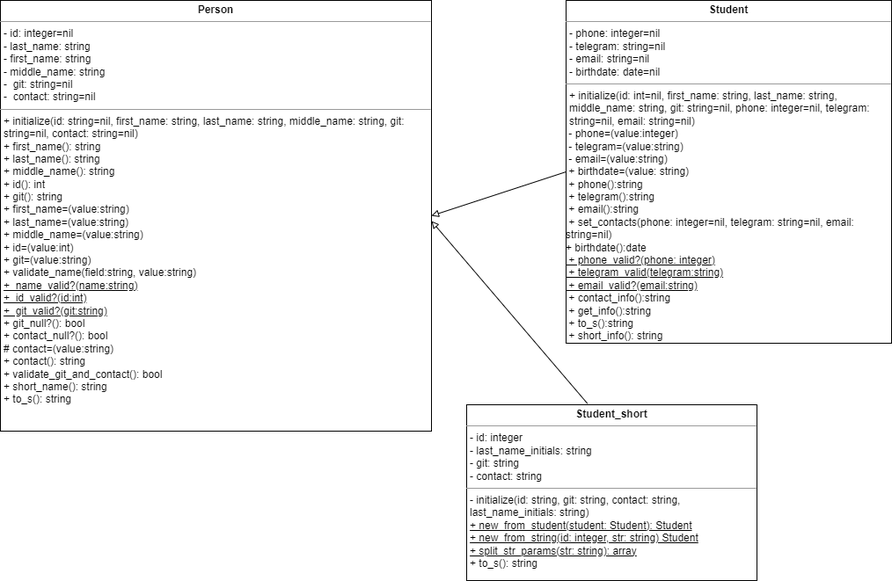
This is Student/diagram_classes.png from sdnezz/Programming-patterns, a draw.io export, as it was before one commit. Source tidied: cells renumbered, new cells last; positions are measured from the earlier drawing's top-left corner, leaving out a move shared by most shapes.
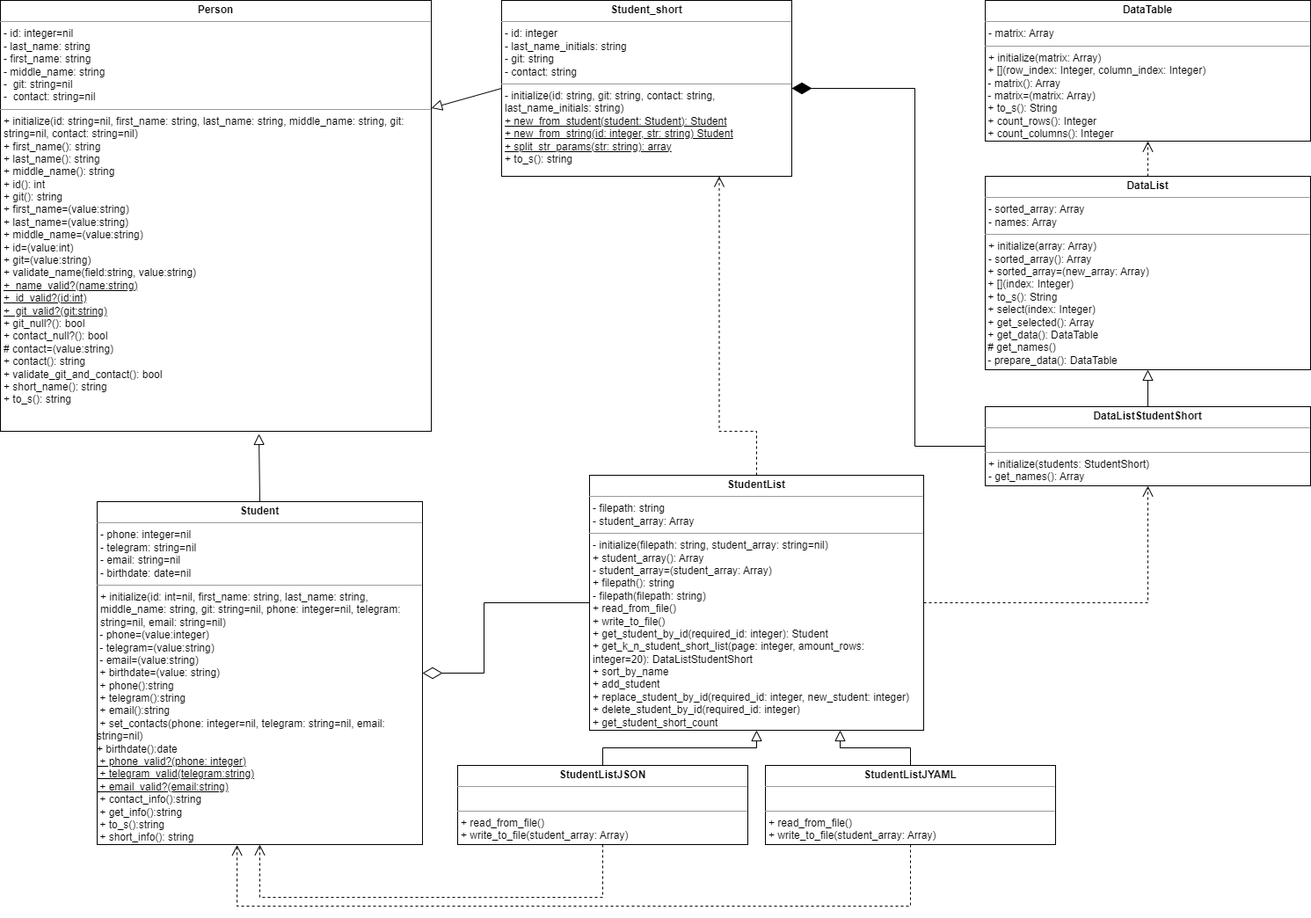
After the commit.

Commit message:
LR4 (2.4) - Moified class'es diagram

Diff of the diagram source:
```diff
@@ -6,18 +6,93 @@
       <mxGeometry width="490" height="490" as="geometry" />
     </mxCell>
     <mxCell id="3" value="&lt;p style=&quot;margin:0px;margin-top:4px;text-align:center;&quot;&gt;&lt;b&gt;Student&lt;/b&gt;&lt;/p&gt;&lt;hr size=&quot;1&quot;&gt;&lt;p style=&quot;margin:0px;margin-left:4px;&quot;&gt;- phone: integer=nil&lt;/p&gt;&lt;p style=&quot;margin:0px;margin-left:4px;&quot;&gt;- telegram: string=nil&lt;/p&gt;&lt;p style=&quot;margin:0px;margin-left:4px;&quot;&gt;- email: string=nil&lt;/p&gt;&lt;p style=&quot;margin:0px;margin-left:4px;&quot;&gt;- birthdate: date=nil&lt;/p&gt;&lt;hr size=&quot;1&quot;&gt;&lt;p style=&quot;margin:0px;margin-left:4px;&quot;&gt;+ initialize(id: int=nil, first_name: string, last_name: string, middle_name: string, git: string=nil, phone: integer=nil, telegram: string=nil, email: string=nil)&lt;/p&gt;&lt;span style=&quot;background-color: initial;&quot;&gt;&amp;nbsp;- phone=(value:integer)&lt;/span&gt;&lt;br&gt;&lt;span style=&quot;background-color: initial;&quot;&gt;&amp;nbsp;- telegram=(value:string)&lt;/span&gt;&lt;br&gt;&lt;span style=&quot;background-color: initial;&quot;&gt;&amp;nbsp;- email=(value:string)&lt;br&gt;&amp;nbsp;+ birthdate=(value: string)&lt;br&gt;&lt;/span&gt;&amp;nbsp;+ phone():string&lt;br style=&quot;border-color: var(--border-color);&quot;&gt;&lt;span style=&quot;border-color: var(--border-color); background-color: initial;&quot;&gt;&amp;nbsp;+ telegram():string&lt;/span&gt;&lt;br style=&quot;border-color: var(--border-color);&quot;&gt;&lt;span style=&quot;border-color: var(--border-color); background-color: initial;&quot;&gt;&amp;nbsp;+ email():string&lt;/span&gt;&lt;br&gt;&lt;span style=&quot;background-color: initial;&quot;&gt;&amp;nbsp;+ set_contacts(phone: integer=nil, telegram: string=nil, email: string=nil)&lt;br&gt;&lt;/span&gt;+ birthdate():date&lt;br&gt;&lt;u&gt;&lt;span style=&quot;background-color: initial;&quot;&gt;&amp;nbsp;+ phone_valid?(phone: integer)&lt;/span&gt;&lt;br&gt;&lt;span style=&quot;background-color: initial;&quot;&gt;&amp;nbsp;+ telegram_valid(telegram:string)&lt;/span&gt;&lt;br&gt;&lt;span style=&quot;background-color: initial;&quot;&gt;&amp;nbsp;+ email_valid?(email:string)&lt;/span&gt;&lt;/u&gt;&lt;br&gt;&lt;span style=&quot;background-color: initial;&quot;&gt;&amp;nbsp;+ contact_info():string&lt;/span&gt;&lt;br&gt;&lt;span style=&quot;background-color: initial;&quot;&gt;&amp;nbsp;+ get_info():string&lt;/span&gt;&lt;br&gt;&lt;span style=&quot;background-color: initial;&quot;&gt;&amp;nbsp;+ to_s():string&lt;/span&gt;&lt;br&gt;&lt;span style=&quot;background-color: initial;&quot;&gt;&amp;nbsp;+ short_info(): string&lt;/span&gt;" style="verticalAlign=top;align=left;overflow=fill;fontSize=12;fontFamily=Helvetica;html=1;whiteSpace=wrap;" parent="1" vertex="1">
-      <mxGeometry x="643" width="370" height="390" as="geometry" />
+      <mxGeometry x="110" y="570" width="370" height="390" as="geometry" />
     </mxCell>
     <mxCell id="4" value="&lt;p style=&quot;margin:0px;margin-top:4px;text-align:center;&quot;&gt;&lt;b&gt;Student_short&lt;/b&gt;&lt;/p&gt;&lt;hr size=&quot;1&quot;&gt;&lt;p style=&quot;margin:0px;margin-left:4px;&quot;&gt;- id: integer&lt;/p&gt;&lt;p style=&quot;margin:0px;margin-left:4px;&quot;&gt;- last_name_initials: string&lt;/p&gt;&lt;p style=&quot;margin:0px;margin-left:4px;&quot;&gt;- git: string&lt;/p&gt;&lt;p style=&quot;margin:0px;margin-left:4px;&quot;&gt;- contact: string&lt;/p&gt;&lt;hr size=&quot;1&quot;&gt;&lt;p style=&quot;margin:0px;margin-left:4px;&quot;&gt;- initialize(id: string, git: string, contact: string, last_name_initials: string)&lt;/p&gt;&lt;p style=&quot;margin:0px;margin-left:4px;&quot;&gt;&lt;u&gt;+ new_from_student(student: Student): Student&lt;/u&gt;&lt;/p&gt;&lt;p style=&quot;margin:0px;margin-left:4px;&quot;&gt;&lt;u&gt;+ new_from_string(id: integer, str: string) Student&lt;/u&gt;&lt;/p&gt;&lt;p style=&quot;margin:0px;margin-left:4px;&quot;&gt;&lt;u&gt;+ split_str_params(str: string): array&lt;/u&gt;&lt;/p&gt;&lt;p style=&quot;margin:0px;margin-left:4px;&quot;&gt;+ to_s(): string&lt;/p&gt;" style="verticalAlign=top;align=left;overflow=fill;fontSize=12;fontFamily=Helvetica;html=1;whiteSpace=wrap;" parent="1" vertex="1">
-      <mxGeometry x="530" y="460" width="330" height="200" as="geometry" />
+      <mxGeometry x="570" width="330" height="200" as="geometry" />
     </mxCell>
-    <mxCell id="5" style="endArrow=none;html=1;rounded=0;entryX=0;entryY=0.5;entryDx=0;entryDy=0;exitX=1;exitY=0.5;exitDx=0;exitDy=0;endFill=0;startArrow=block;startFill=0;" parent="1" edge="1" source="2" target="3">
+    <mxCell id="5" style="endArrow=none;html=1;rounded=0;entryX=0.5;entryY=0;entryDx=0;entryDy=0;exitX=0.6;exitY=1.006;exitDx=0;exitDy=0;endFill=0;startArrow=block;startFill=0;startSize=10;exitPerimeter=0;" parent="1" edge="1" source="2" target="3">
       <mxGeometry relative="1" as="geometry" />
     </mxCell>
-    <mxCell id="6" style="endArrow=none;html=1;rounded=0;entryX=0.416;entryY=-0.007;entryDx=0;entryDy=0;exitX=1;exitY=0.5;exitDx=0;exitDy=0;startArrow=block;startFill=0;endFill=0;strokeColor=#080808;entryPerimeter=0;" parent="1" edge="1" target="4">
-      <mxGeometry relative="1" as="geometry">
-        <mxPoint x="490" y="251" as="sourcePoint" />
-      </mxGeometry>
+    <mxCell id="6" style="endArrow=none;html=1;rounded=0;entryX=0;entryY=0.5;entryDx=0;entryDy=0;exitX=1;exitY=0.25;exitDx=0;exitDy=0;startArrow=block;startFill=0;endFill=0;strokeColor=#080808;endSize=10;targetPerimeterSpacing=9;sourcePerimeterSpacing=2;startSize=10;" parent="1" edge="1" source="2" target="4">
+      <mxGeometry relative="1" as="geometry" />
     </mxCell>
+    <mxCell id="7" value="&lt;p style=&quot;margin:0px;margin-top:4px;text-align:center;&quot;&gt;&lt;b&gt;DataTable&lt;/b&gt;&lt;/p&gt;&lt;hr size=&quot;1&quot;&gt;&lt;p style=&quot;margin:0px;margin-left:4px;&quot;&gt;- matrix: Array&lt;/p&gt;&lt;hr size=&quot;1&quot;&gt;&lt;p style=&quot;margin:0px;margin-left:4px;&quot;&gt;+ initialize(matrix: Array)&lt;/p&gt;&lt;span style=&quot;background-color: initial;&quot;&gt;&amp;nbsp;+ [](row_index: Integer, column_index: Integer)&lt;br&gt;&lt;/span&gt;&amp;nbsp;- matrix(): Array&lt;br&gt;&amp;nbsp;- matrix=(matrix: Array)&lt;br&gt;&lt;span style=&quot;background-color: initial;&quot;&gt;&amp;nbsp;+ to_s(): String&lt;/span&gt;&lt;br&gt;&lt;span style=&quot;background-color: initial;&quot;&gt;&amp;nbsp;+ count_rows(): Integer&lt;br&gt;&amp;nbsp;+ count_columns(): Integer&lt;br&gt;&amp;nbsp;&lt;br&gt;&lt;/span&gt;" style="verticalAlign=top;align=left;overflow=fill;fontSize=12;fontFamily=Helvetica;html=1;whiteSpace=wrap;" parent="1" vertex="1">
+      <mxGeometry x="1120" width="370" height="160" as="geometry" />
+    </mxCell>
+    <mxCell id="8" style="edgeStyle=orthogonalEdgeStyle;rounded=0;jettySize=auto;html=1;dashed=1;endArrow=open;endFill=0;endSize=10;" parent="1" edge="1" source="9" target="7">
+      <mxGeometry relative="1" as="geometry" />
+    </mxCell>
+    <mxCell id="9" value="&lt;p style=&quot;margin:0px;margin-top:4px;text-align:center;&quot;&gt;&lt;b&gt;DataList&lt;/b&gt;&lt;/p&gt;&lt;hr size=&quot;1&quot;&gt;&lt;p style=&quot;margin:0px;margin-left:4px;&quot;&gt;- sorted_array: Array&lt;/p&gt;&lt;p style=&quot;margin:0px;margin-left:4px;&quot;&gt;- names: Array&lt;/p&gt;&lt;hr size=&quot;1&quot;&gt;&lt;p style=&quot;margin:0px;margin-left:4px;&quot;&gt;+ initialize(array: Array)&lt;/p&gt;&lt;p style=&quot;margin:0px;margin-left:4px;&quot;&gt;- sorted_array(): Array&lt;/p&gt;&lt;span style=&quot;background-color: initial;&quot;&gt;&amp;nbsp;+ sorted_array=(new_array: Array)&lt;/span&gt;&lt;span style=&quot;background-color: initial;&quot;&gt;&lt;br&gt;&amp;nbsp;+ [](index: Integer)&lt;br&gt;&amp;nbsp;+ to_s(): String&lt;br&gt;&amp;nbsp;+ select(index: Integer)&lt;br&gt;&amp;nbsp;+ get_selected(): Array&lt;br&gt;&amp;nbsp;+ get_data(): DataTable&lt;br&gt;&amp;nbsp;# get_names()&lt;br&gt;&amp;nbsp;- prepare_data(): DataTable&lt;br&gt;&lt;br&gt;&lt;/span&gt;" style="verticalAlign=top;align=left;overflow=fill;fontSize=12;fontFamily=Helvetica;html=1;whiteSpace=wrap;" parent="1" vertex="1">
+      <mxGeometry x="1120" y="200" width="370" height="220" as="geometry" />
+    </mxCell>
+    <mxCell id="10" style="edgeStyle=orthogonalEdgeStyle;rounded=0;jettySize=auto;html=1;endArrow=block;endFill=0;endSize=10;" parent="1" edge="1" source="11" target="9">
+      <mxGeometry relative="1" as="geometry" />
+    </mxCell>
+    <mxCell id="11" value="&lt;p style=&quot;margin:0px;margin-top:4px;text-align:center;&quot;&gt;&lt;b&gt;DataListStudentShort&lt;/b&gt;&lt;/p&gt;&lt;hr size=&quot;1&quot;&gt;&lt;p style=&quot;margin:0px;margin-left:4px;&quot;&gt;&lt;br&gt;&lt;/p&gt;&lt;hr size=&quot;1&quot;&gt;&lt;p style=&quot;margin:0px;margin-left:4px;&quot;&gt;+ initialize(students: StudentShort)&lt;/p&gt;&lt;p style=&quot;margin:0px;margin-left:4px;&quot;&gt;- get_names(): Array&lt;/p&gt;&lt;span style=&quot;background-color: initial;&quot;&gt;&lt;br&gt;&lt;br&gt;&lt;/span&gt;" style="verticalAlign=top;align=left;overflow=fill;fontSize=12;fontFamily=Helvetica;html=1;whiteSpace=wrap;" parent="1" vertex="1">
+      <mxGeometry x="1120" y="462" width="370" height="90" as="geometry" />
+    </mxCell>
+    <mxCell id="12" style="edgeStyle=orthogonalEdgeStyle;rounded=0;jettySize=auto;html=1;endArrow=diamondThin;endFill=1;endSize=20;exitX=0;exitY=0.5;exitDx=0;exitDy=0;entryX=1;entryY=0.5;entryDx=0;entryDy=0;" parent="1" edge="1" source="11" target="4">
+      <mxGeometry relative="1" as="geometry">
+        <Array as="points">
+          <mxPoint x="1040" y="507" />
+          <mxPoint x="1040" y="100" />
+        </Array>
+      </mxGeometry>
+    </mxCell>
+    <mxCell id="13" value="&lt;p style=&quot;margin:0px;margin-top:4px;text-align:center;&quot;&gt;&lt;b&gt;StudentListJYAML&lt;/b&gt;&lt;/p&gt;&lt;hr size=&quot;1&quot;&gt;&lt;p style=&quot;margin:0px;margin-left:4px;&quot;&gt;&lt;br&gt;&lt;/p&gt;&lt;hr size=&quot;1&quot;&gt;&lt;p style=&quot;border-color: var(--border-color); margin: 0px 0px 0px 4px;&quot;&gt;+ read_from_file()&lt;/p&gt;&lt;p style=&quot;border-color: var(--border-color); margin: 0px 0px 0px 4px;&quot;&gt;+ write_to_file(student_array: Array)&lt;/p&gt;" style="verticalAlign=top;align=left;overflow=fill;fontSize=12;fontFamily=Helvetica;html=1;whiteSpace=wrap;" parent="1" vertex="1">
+      <mxGeometry x="870" y="870" width="330" height="90" as="geometry" />
+    </mxCell>
+    <mxCell id="14" value="&lt;p style=&quot;margin:0px;margin-top:4px;text-align:center;&quot;&gt;&lt;b&gt;StudentListJSON&lt;/b&gt;&lt;/p&gt;&lt;hr size=&quot;1&quot;&gt;&lt;p style=&quot;margin:0px;margin-left:4px;&quot;&gt;&lt;br&gt;&lt;/p&gt;&lt;hr size=&quot;1&quot;&gt;&lt;p style=&quot;margin:0px;margin-left:4px;&quot;&gt;+ read_from_file()&lt;/p&gt;&lt;p style=&quot;margin:0px;margin-left:4px;&quot;&gt;+ write_to_file(student_array: Array)&lt;/p&gt;" style="verticalAlign=top;align=left;overflow=fill;fontSize=12;fontFamily=Helvetica;html=1;whiteSpace=wrap;" parent="1" vertex="1">
+      <mxGeometry x="520" y="870" width="330" height="90" as="geometry" />
+    </mxCell>
+    <mxCell id="15" value="&lt;p style=&quot;margin:0px;margin-top:4px;text-align:center;&quot;&gt;&lt;b&gt;StudentList&lt;/b&gt;&lt;/p&gt;&lt;hr size=&quot;1&quot;&gt;&lt;p style=&quot;margin:0px;margin-left:4px;&quot;&gt;- filepath: string&lt;/p&gt;&lt;p style=&quot;margin:0px;margin-left:4px;&quot;&gt;- student_array: Array&lt;/p&gt;&lt;hr size=&quot;1&quot;&gt;&lt;p style=&quot;margin:0px;margin-left:4px;&quot;&gt;- initialize(filepath: string, student_array: string=nil)&lt;/p&gt;&lt;p style=&quot;margin:0px;margin-left:4px;&quot;&gt;+ student_array(): Array&lt;/p&gt;&lt;p style=&quot;margin:0px;margin-left:4px;&quot;&gt;- student_array=(student_array: Array)&lt;br&gt;+ filepath(): string&lt;/p&gt;&lt;p style=&quot;margin:0px;margin-left:4px;&quot;&gt;- filepath(filepath: string)&lt;/p&gt;&lt;p style=&quot;margin:0px;margin-left:4px;&quot;&gt;+&amp;nbsp;read_from_file()&lt;/p&gt;&lt;p style=&quot;margin:0px;margin-left:4px;&quot;&gt;+&amp;nbsp;write_to_file()&lt;/p&gt;&lt;p style=&quot;margin:0px;margin-left:4px;&quot;&gt;+ get_student_by_id(required_id: integer): Student&lt;/p&gt;&lt;p style=&quot;margin:0px;margin-left:4px;&quot;&gt;+&amp;nbsp;get_k_n_student_short_list(page: integer, amount_rows: integer=20):&amp;nbsp;DataListStudentShort&lt;/p&gt;&lt;p style=&quot;margin:0px;margin-left:4px;&quot;&gt;+&amp;nbsp;sort_by_name&lt;/p&gt;&lt;p style=&quot;margin:0px;margin-left:4px;&quot;&gt;+&amp;nbsp;add_student&lt;/p&gt;&lt;p style=&quot;margin:0px;margin-left:4px;&quot;&gt;+ replace_student_by_id(required_id: integer, new_student: integer)&lt;br&gt;&lt;/p&gt;&lt;p style=&quot;margin:0px;margin-left:4px;&quot;&gt;+&amp;nbsp;delete_student_by_id(required_id: integer)&lt;/p&gt;&lt;p style=&quot;margin:0px;margin-left:4px;&quot;&gt;+ get_student_short_count&lt;/p&gt;" style="verticalAlign=top;align=left;overflow=fill;fontSize=12;fontFamily=Helvetica;html=1;whiteSpace=wrap;" parent="1" vertex="1">
+      <mxGeometry x="670" y="540" width="380" height="290" as="geometry" />
+    </mxCell>
+    <mxCell id="16" style="edgeStyle=orthogonalEdgeStyle;rounded=0;jettySize=auto;html=1;endArrow=block;endFill=0;endSize=10;entryX=0.75;entryY=1;entryDx=0;entryDy=0;exitX=0.5;exitY=0;exitDx=0;exitDy=0;" parent="1" edge="1" source="13" target="15">
+      <mxGeometry relative="1" as="geometry" />
+    </mxCell>
+    <mxCell id="17" style="edgeStyle=orthogonalEdgeStyle;rounded=0;jettySize=auto;html=1;endArrow=block;endFill=0;endSize=10;entryX=0.5;entryY=1;entryDx=0;entryDy=0;exitX=0.5;exitY=0;exitDx=0;exitDy=0;" parent="1" edge="1" source="14" target="15">
+      <mxGeometry relative="1" as="geometry" />
+    </mxCell>
+    <mxCell id="18" style="edgeStyle=orthogonalEdgeStyle;rounded=0;jettySize=auto;html=1;dashed=1;endArrow=open;endFill=0;endSize=10;entryX=0.5;entryY=1;entryDx=0;entryDy=0;exitX=1;exitY=0.5;exitDx=0;exitDy=0;" parent="1" edge="1" source="15" target="11">
+      <mxGeometry relative="1" as="geometry">
+        <Array as="points">
+          <mxPoint x="1305" y="685" />
+        </Array>
+      </mxGeometry>
+    </mxCell>
+    <mxCell id="19" style="edgeStyle=orthogonalEdgeStyle;rounded=0;jettySize=auto;html=1;dashed=1;endArrow=open;endFill=0;endSize=10;entryX=0.5;entryY=1;entryDx=0;entryDy=0;exitX=0.5;exitY=1;exitDx=0;exitDy=0;" parent="1" edge="1" source="14" target="3">
+      <mxGeometry relative="1" as="geometry">
+        <Array as="points">
+          <mxPoint x="685" y="1020" />
+          <mxPoint x="295" y="1020" />
+        </Array>
+      </mxGeometry>
+    </mxCell>
+    <mxCell id="20" style="edgeStyle=orthogonalEdgeStyle;rounded=0;jettySize=auto;html=1;dashed=1;endArrow=open;endFill=0;endSize=10;entryX=0.43;entryY=1.001;entryDx=0;entryDy=0;exitX=0.5;exitY=1;exitDx=0;exitDy=0;entryPerimeter=0;" parent="1" edge="1" source="13" target="3">
+      <mxGeometry relative="1" as="geometry">
+        <Array as="points">
+          <mxPoint x="1035" y="1030" />
+          <mxPoint x="269" y="1030" />
+        </Array>
+      </mxGeometry>
+    </mxCell>
+    <mxCell id="21" style="edgeStyle=orthogonalEdgeStyle;rounded=0;jettySize=auto;html=1;endArrow=diamondThin;endFill=0;endSize=20;exitX=0;exitY=0.5;exitDx=0;exitDy=0;entryX=1;entryY=0.5;entryDx=0;entryDy=0;" parent="1" edge="1" source="15" target="3">
+      <mxGeometry relative="1" as="geometry">
+        <Array as="points">
+          <mxPoint x="550" y="685" />
+          <mxPoint x="550" y="765" />
+        </Array>
+      </mxGeometry>
+    </mxCell>
+    <mxCell id="22" style="edgeStyle=orthogonalEdgeStyle;rounded=0;jettySize=auto;html=1;dashed=1;endArrow=open;endFill=0;endSize=10;entryX=0.75;entryY=1;entryDx=0;entryDy=0;exitX=0.5;exitY=0;exitDx=0;exitDy=0;" parent="1" edge="1" source="15" target="4">
+      <mxGeometry relative="1" as="geometry">
+        <Array as="points">
+          <mxPoint x="860" y="490" />
+          <mxPoint x="818" y="490" />
+        </Array>
+      </mxGeometry>
+    </mxCell>
   </root>
 </mxGraphModel>
```
